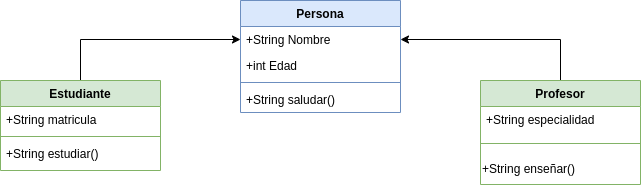
This is images/gestion-academica.png from aday-ctr/gestion-academica, a draw.io export, as it was before one commit. Source tidied: cells renumbered, new cells last; positions are measured from the earlier drawing's top-left corner, leaving out a move shared by most shapes.
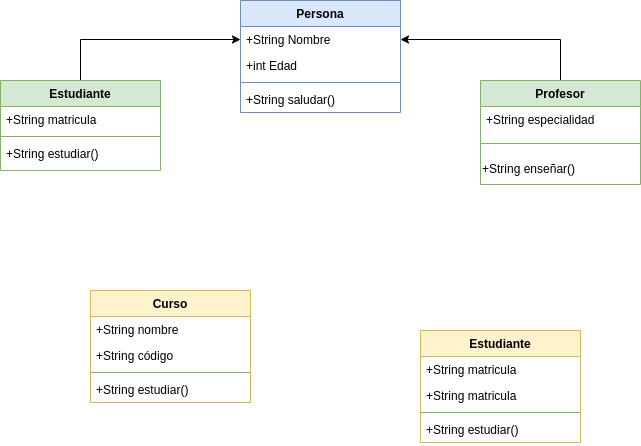
The same file after the commit.

Diff of the diagram source:
```diff
@@ -47,5 +47,35 @@
     <mxCell id="16" value="+String enseñar()" style="text;html=1;align=left;verticalAlign=middle;strokeColor=none;fillColor=none;" parent="13" vertex="1">
       <mxGeometry y="74" width="160" height="30" as="geometry" />
     </mxCell>
+    <mxCell id="17" value="Curso" style="swimlane;fontStyle=1;align=center;verticalAlign=top;horizontal=1;startSize=26;rounded=0;shadow=0;strokeWidth=1;fillColor=#fff2cc;strokeColor=#d6b656;" parent="1" vertex="1">
+      <mxGeometry x="90" y="290" width="160" height="112" as="geometry" />
+    </mxCell>
+    <mxCell id="18" value="+String nombre" style="text;align=left;verticalAlign=top;spacingLeft=4;spacingRight=4;overflow=hidden;" parent="17" vertex="1">
+      <mxGeometry y="26" width="160" height="26" as="geometry" />
+    </mxCell>
+    <mxCell id="19" value="+String código" style="text;align=left;verticalAlign=top;spacingLeft=4;spacingRight=4;overflow=hidden;" parent="17" vertex="1">
+      <mxGeometry y="52" width="160" height="26" as="geometry" />
+    </mxCell>
+    <mxCell id="20" style="line;html=1;strokeWidth=1;align=left;verticalAlign=middle;spacingTop=-1;spacingLeft=3;spacingRight=3;labelPosition=right;fillColor=#d5e8d4;strokeColor=#82b366;" parent="17" vertex="1">
+      <mxGeometry y="78" width="160" height="8" as="geometry" />
+    </mxCell>
+    <mxCell id="21" value="+String estudiar()" style="text;align=left;verticalAlign=top;spacingLeft=4;spacingRight=4;overflow=hidden;fontStyle=0;" parent="17" vertex="1">
+      <mxGeometry y="86" width="160" height="26" as="geometry" />
+    </mxCell>
+    <mxCell id="22" value="Estudiante" style="swimlane;fontStyle=1;align=center;verticalAlign=top;horizontal=1;startSize=26;rounded=0;shadow=0;strokeWidth=1;fillColor=#fff2cc;strokeColor=#d6b656;" parent="1" vertex="1">
+      <mxGeometry x="420" y="330" width="160" height="112" as="geometry" />
+    </mxCell>
+    <mxCell id="23" value="+String matricula" style="text;align=left;verticalAlign=top;spacingLeft=4;spacingRight=4;overflow=hidden;" parent="22" vertex="1">
+      <mxGeometry y="26" width="160" height="26" as="geometry" />
+    </mxCell>
+    <mxCell id="24" value="+String matricula" style="text;align=left;verticalAlign=top;spacingLeft=4;spacingRight=4;overflow=hidden;" parent="22" vertex="1">
+      <mxGeometry y="52" width="160" height="26" as="geometry" />
+    </mxCell>
+    <mxCell id="25" style="line;html=1;strokeWidth=1;align=left;verticalAlign=middle;spacingTop=-1;spacingLeft=3;spacingRight=3;labelPosition=right;fillColor=#d5e8d4;strokeColor=#82b366;" parent="22" vertex="1">
+      <mxGeometry y="78" width="160" height="8" as="geometry" />
+    </mxCell>
+    <mxCell id="26" value="+String estudiar()" style="text;align=left;verticalAlign=top;spacingLeft=4;spacingRight=4;overflow=hidden;fontStyle=0;" parent="22" vertex="1">
+      <mxGeometry y="86" width="160" height="26" as="geometry" />
+    </mxCell>
   </root>
 </mxGraphModel>
```
